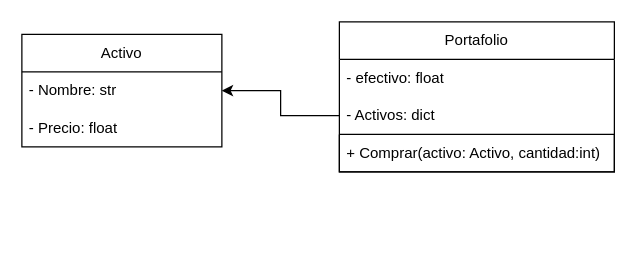
juanfeolguin123-cmyk/portafolio-de-inversion keeps this draw.io diagram as Diagrama sin título.drawio. Above is the earlier version. Source tidied: cells renumbered, new cells numbered last; positions are measured from the earlier drawing's top-left corner, leaving out a move shared by most shapes. Both pictures are drawn from the tidied source at 125%, with x=0, y=0 at pixel (21, 21).
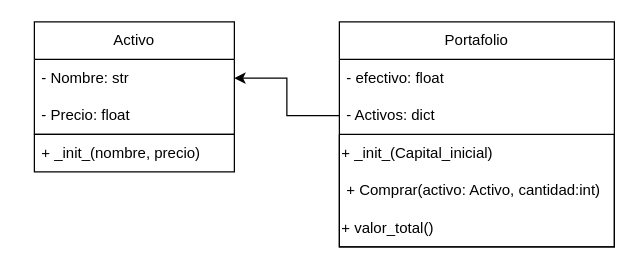
The same page after the edit.

Change to the diagram source:
```diff
@@
 <mxGraphModel>
   <root>
     <mxCell id="0" />
     <mxCell id="1" parent="0" />
     <mxCell id="2" style="group;" parent="1" vertex="1">
-      <mxGeometry y="10" width="160" height="120" as="geometry" />
+      <mxGeometry x="10" width="160" height="180" as="geometry" />
     </mxCell>
     <mxCell id="3" value="Activo" style="swimlane;fontStyle=0;horizontal=1;startSize=30;whiteSpace=wrap;html=1;" parent="2" vertex="1">
       <mxGeometry width="160" height="90" as="geometry" />
     </mxCell>
     <mxCell id="4" value="- Nombre: str" style="text;strokeColor=none;fillColor=none;align=left;verticalAlign=middle;spacingLeft=4;spacingRight=4;overflow=hidden;whiteSpace=wrap;html=1;" parent="2" vertex="1">
       <mxGeometry y="30" width="160" height="30" as="geometry" />
     </mxCell>
     <mxCell id="5" value="- Precio: float" style="text;strokeColor=none;fillColor=none;align=left;verticalAlign=middle;spacingLeft=4;spacingRight=4;overflow=hidden;whiteSpace=wrap;html=1;" parent="2" vertex="1">
       <mxGeometry y="60" width="160" height="30" as="geometry" />
     </mxCell>
+    <mxCell id="12" style="swimlane;fontStyle=0;horizontal=1;startSize=0;whiteSpace=wrap;html=1;" parent="2" vertex="1">
+      <mxGeometry y="90" width="160" height="30" as="geometry" />
+    </mxCell>
+    <mxCell id="13" value="+ _init_(nombre, precio)" style="text;strokeColor=none;fillColor=none;align=left;verticalAlign=middle;spacingLeft=4;spacingRight=4;overflow=hidden;whiteSpace=wrap;html=1;" parent="12" vertex="1">
+      <mxGeometry width="160" height="30" as="geometry" />
+    </mxCell>
     <mxCell id="6" value="Portafolio" style="swimlane;fontStyle=0;horizontal=1;startSize=30;whiteSpace=wrap;html=1;" parent="1" vertex="1">
-      <mxGeometry x="254" width="220" height="120" as="geometry" />
+      <mxGeometry x="254" width="220" height="180" as="geometry" />
     </mxCell>
     <mxCell id="7" value="- efectivo: float" style="text;strokeColor=none;fillColor=none;align=left;verticalAlign=middle;spacingLeft=4;spacingRight=4;overflow=hidden;whiteSpace=wrap;html=1;" parent="6" vertex="1">
       <mxGeometry y="30" width="220" height="30" as="geometry" />
     </mxCell>
     <mxCell id="8" value="- Activos: dict" style="text;strokeColor=none;fillColor=none;align=left;verticalAlign=middle;spacingLeft=4;spacingRight=4;overflow=hidden;points=[[0,0.5],[1,0.5]];portConstraint=eastwest;whiteSpace=wrap;html=1;" parent="6" vertex="1">
       <mxGeometry y="60" width="220" height="30" as="geometry" />
     </mxCell>
     <mxCell id="9" style="swimlane;fontStyle=0;horizontal=1;startSize=0;whiteSpace=wrap;html=1;" parent="6" vertex="1">
-      <mxGeometry y="90" width="220" height="30" as="geometry" />
+      <mxGeometry y="90" width="220" height="90" as="geometry" />
     </mxCell>
+    <mxCell id="14" value="+ _init_(Capital_inicial)" style="text;html=1;whiteSpace=wrap;strokeColor=none;fillColor=none;align=left;verticalAlign=middle;rounded=0;" parent="9" vertex="1">
+      <mxGeometry width="220" height="30" as="geometry" />
+    </mxCell>
     <mxCell id="10" value="+ Comprar(activo: Activo, cantidad:int)" style="text;strokeColor=none;fillColor=none;align=left;verticalAlign=middle;spacingLeft=4;spacingRight=4;overflow=hidden;whiteSpace=wrap;html=1;" parent="9" vertex="1">
-      <mxGeometry width="220" height="30" as="geometry" />
+      <mxGeometry y="30" width="220" height="30" as="geometry" />
     </mxCell>
+    <mxCell id="15" value="+ valor_total()" style="text;html=1;whiteSpace=wrap;strokeColor=none;fillColor=none;align=left;verticalAlign=middle;rounded=0;" parent="9" vertex="1">
+      <mxGeometry y="60" width="220" height="30" as="geometry" />
+    </mxCell>
     <mxCell id="11" style="edgeStyle=orthogonalEdgeStyle;rounded=0;jettySize=auto;html=1;exitX=0;exitY=0.5;exitDx=0;exitDy=0;" parent="1" edge="1" source="8" target="3">
       <mxGeometry relative="1" as="geometry" />
     </mxCell>
   </root>
 </mxGraphModel>
```
